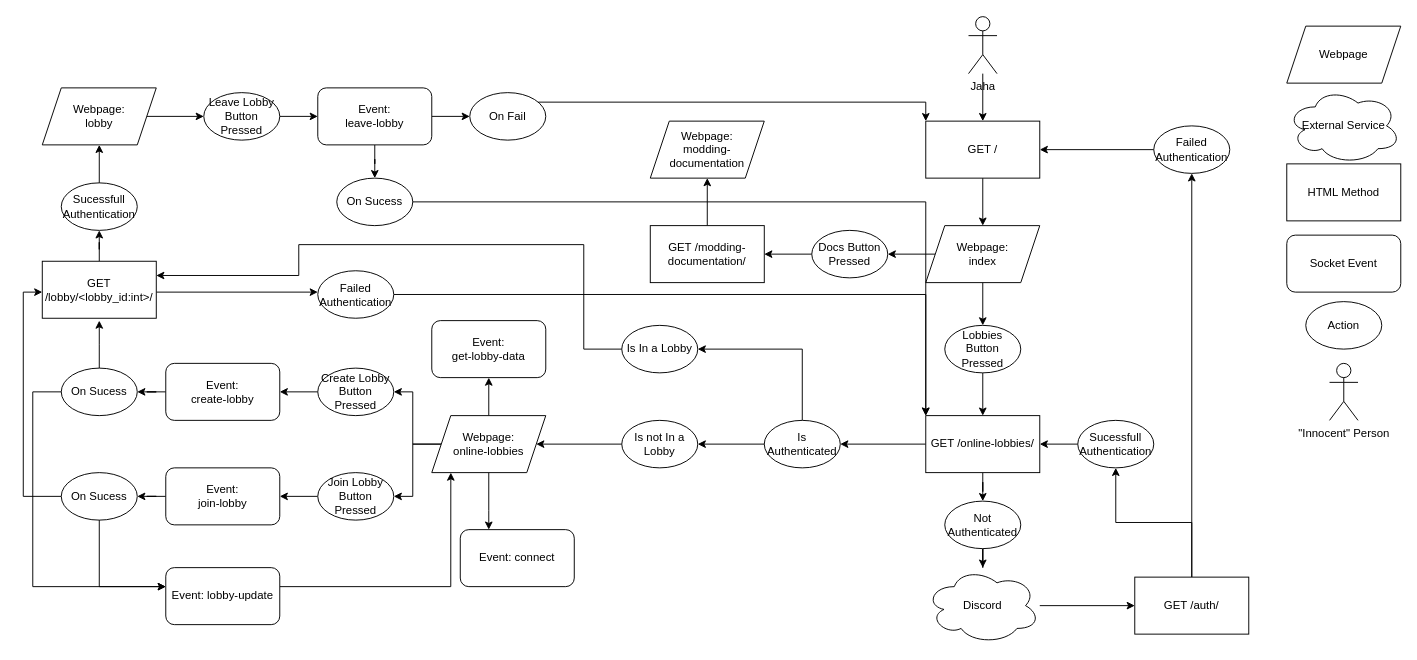
The draw.io diagram drawio/WebPageLayout.drawio in Zancmok/WebHeroes, before the edit. Source tidied: cells renumbered, new cells numbered last; positions are measured from the earlier drawing's top-left corner, leaving out a move shared by most shapes. Both pictures are drawn from the tidied source at 95%, with x=0, y=0 at pixel (23, 16).
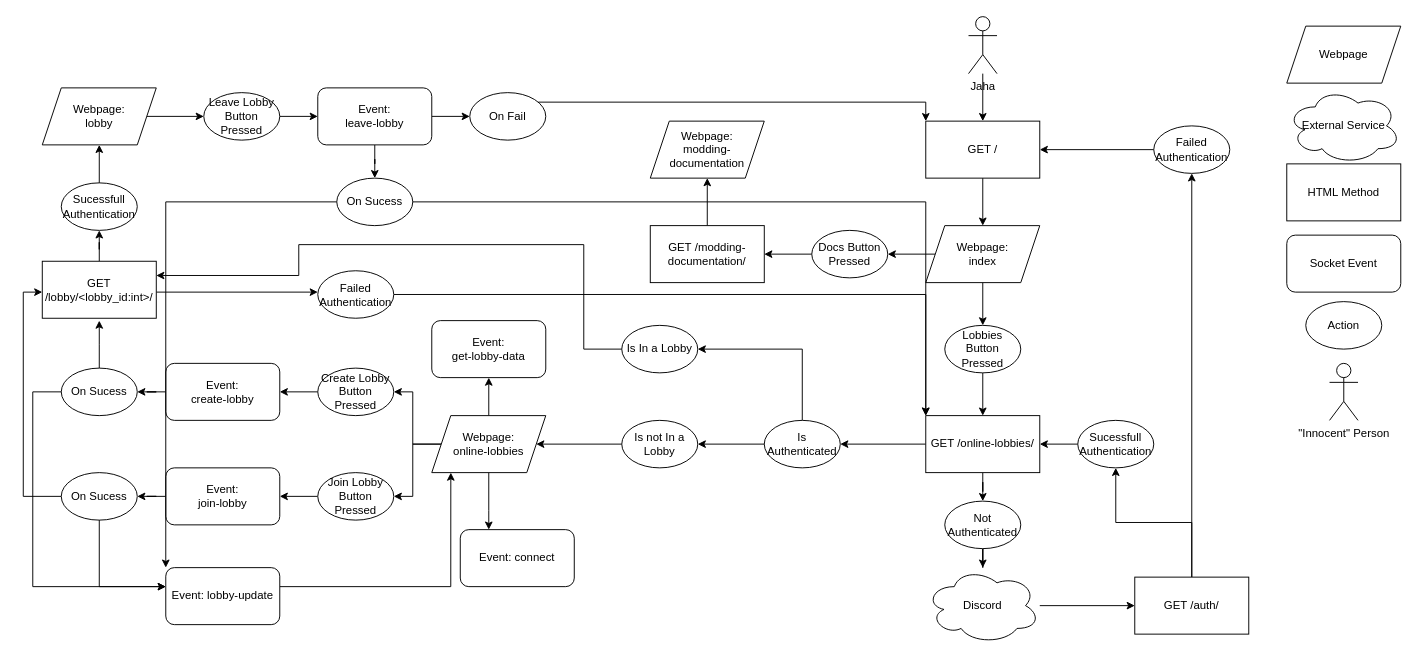
The same page after the edit.

The change refers to these unchanged cells:
```xml
<mxCell id="61" value="Event: lobby-update" style="rounded=1;whiteSpace=wrap;html=1;" parent="1" vertex="1">
  <mxGeometry x="150" y="580" width="120" height="60" as="geometry" />
</mxCell>
<mxCell id="81" value="On Sucess" style="ellipse;whiteSpace=wrap;html=1;" parent="1" vertex="1">
  <mxGeometry x="330" y="170" width="80" height="50" as="geometry" />
</mxCell>
```

What changed in the source:
```diff
@@
+    <mxCell id="84" style="edgeStyle=orthogonalEdgeStyle;rounded=0;jettySize=auto;html=1;entryX=0;entryY=0;entryDx=0;entryDy=0;" parent="1" edge="1" source="81" target="61">
+      <mxGeometry relative="1" as="geometry" />
+    </mxCell>
```
